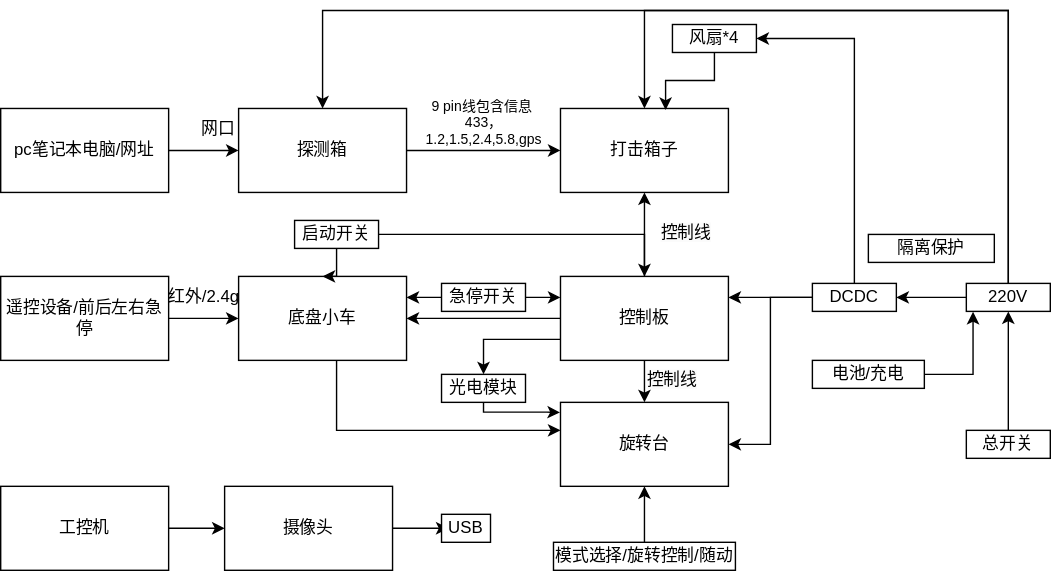
This is 未命名绘图.drawio.svg from iwb5820/draw, a draw.io export, as it was before one commit. Source tidied: cells renumbered, new cells last; positions are measured from the earlier drawing's top-left corner, leaving out a move shared by most shapes.
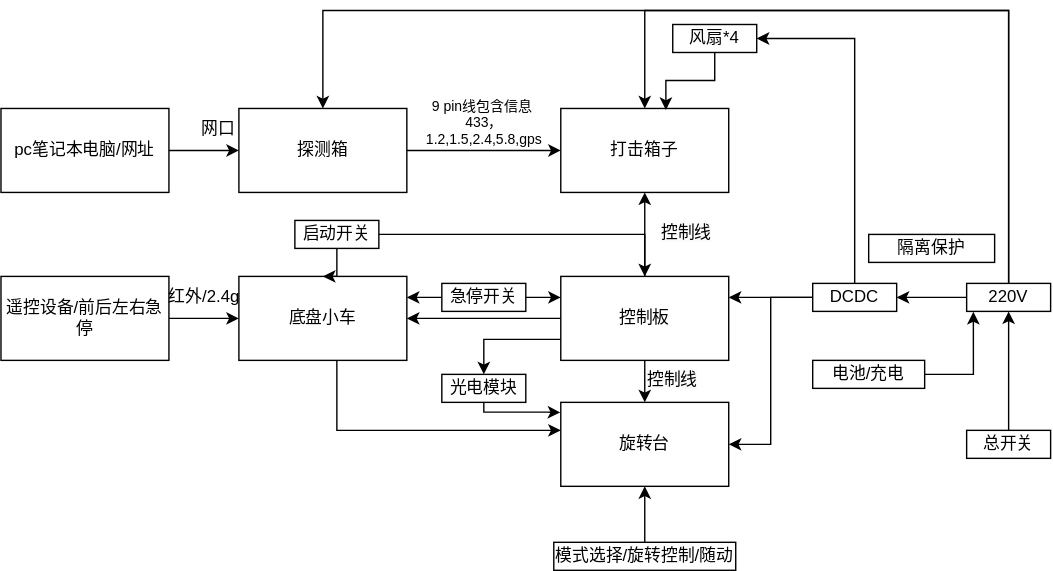
The same diagram one commit later.

Commit message:
星辰打击车.svg

Change to the diagram source:
```diff
@@ -71,7 +71,12 @@
       </mxGeometry>
     </mxCell>
     <mxCell id="22" style="edgeStyle=orthogonalEdgeStyle;rounded=0;jettySize=auto;html=1;entryX=1;entryY=0.5;entryDx=0;entryDy=0;" parent="1" edge="1" source="23" target="14">
-      <mxGeometry relative="1" as="geometry" />
+      <mxGeometry relative="1" as="geometry">
+        <Array as="points">
+          <mxPoint x="550" y="205" />
+          <mxPoint x="550" y="310" />
+        </Array>
+      </mxGeometry>
     </mxCell>
     <mxCell id="23" value="DCDC" style="rounded=0;whiteSpace=wrap;html=1;" parent="1" vertex="1">
       <mxGeometry x="580" y="195" width="60" height="20" as="geometry" />
@@ -154,28 +159,11 @@
         </Array>
       </mxGeometry>
     </mxCell>
-    <mxCell id="45" style="edgeStyle=orthogonalEdgeStyle;rounded=0;jettySize=auto;html=1;" parent="1" edge="1" source="46" target="48">
-      <mxGeometry relative="1" as="geometry" />
-    </mxCell>
-    <mxCell id="46" value="工控机" style="rounded=0;whiteSpace=wrap;html=1;" parent="1" vertex="1">
-      <mxGeometry y="340" width="120" height="60" as="geometry" />
-    </mxCell>
-    <mxCell id="47" style="edgeStyle=orthogonalEdgeStyle;rounded=0;jettySize=auto;html=1;" parent="1" edge="1" source="48">
-      <mxGeometry relative="1" as="geometry">
-        <mxPoint x="320" y="370" as="targetPoint" />
-      </mxGeometry>
-    </mxCell>
-    <mxCell id="48" value="摄像头" style="rounded=0;whiteSpace=wrap;html=1;" parent="1" vertex="1">
-      <mxGeometry x="160" y="340" width="120" height="60" as="geometry" />
-    </mxCell>
     <mxCell id="49" style="edgeStyle=orthogonalEdgeStyle;rounded=0;jettySize=auto;html=1;entryX=0.08;entryY=1.016;entryDx=0;entryDy=0;entryPerimeter=0;" parent="1" edge="1" source="50" target="27">
       <mxGeometry relative="1" as="geometry" />
     </mxCell>
     <mxCell id="50" value="电池/充电" style="rounded=0;whiteSpace=wrap;html=1;" parent="1" vertex="1">
       <mxGeometry x="580" y="250" width="80" height="20" as="geometry" />
     </mxCell>
-    <mxCell id="51" value="&lt;span style=&quot;text-wrap: nowrap;&quot;&gt;USB&lt;/span&gt;" style="rounded=0;whiteSpace=wrap;html=1;" parent="1" vertex="1">
-      <mxGeometry x="315" y="360" width="35" height="20" as="geometry" />
-    </mxCell>
   </root>
 </mxGraphModel>
```
